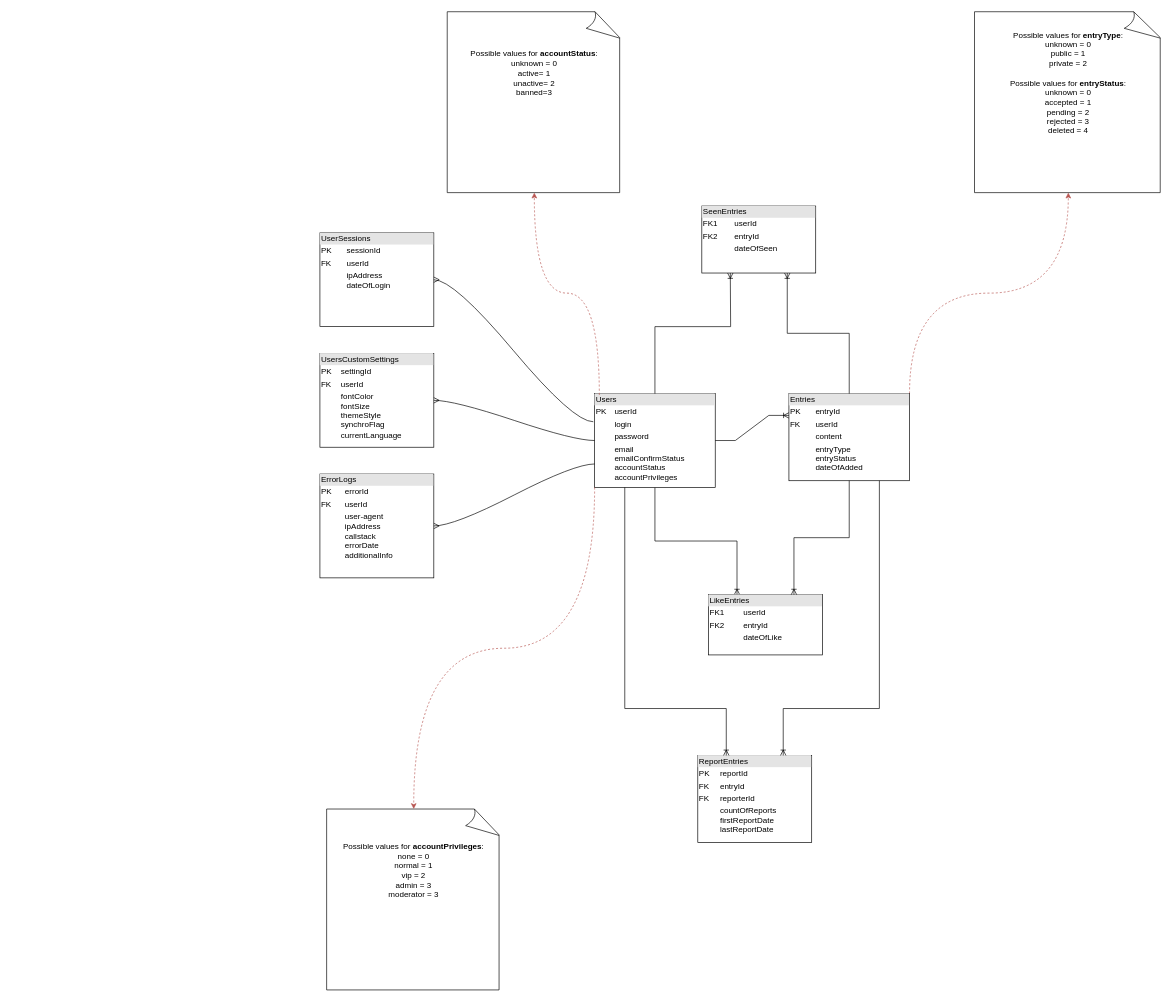
The draw.io diagram Gratitude_database_schema.drawio in MarekD97/gratitude-flutter-app, before the edit. Source tidied: cells renumbered, new cells numbered last; positions are measured from the earlier drawing's top-left corner, leaving out a move shared by most shapes. Both pictures are drawn from the tidied source at 67%, with x=0, y=0 at pixel (320, 11).
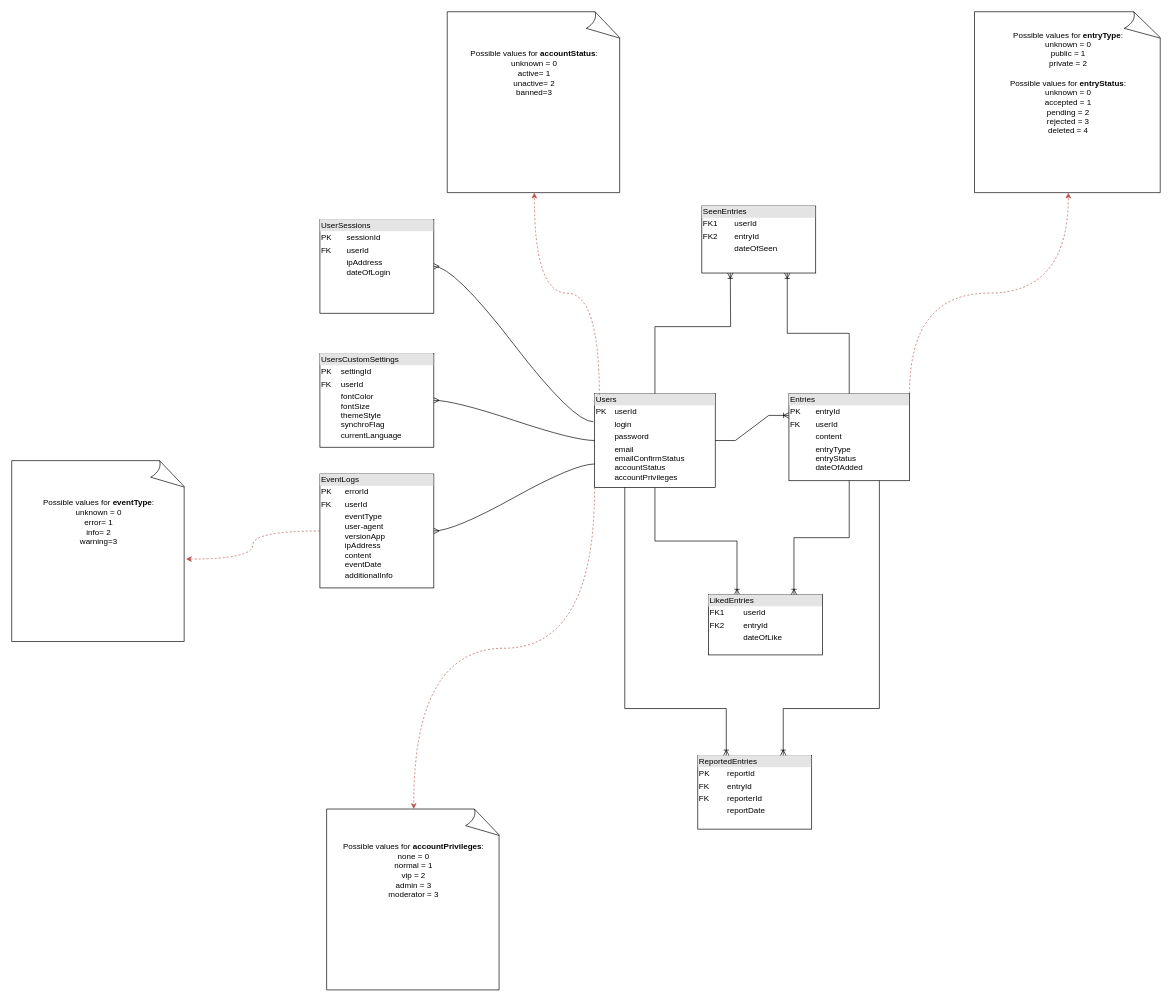
The same diagram, later.

Commit message (it also covers changes not shown here):
update database schema

The edit, as a diff of the source:
```diff
@@
-    <mxCell id="6" value="&lt;div style=&quot;box-sizing: border-box ; width: 100% ; background: #e4e4e4 ; padding: 2px&quot;&gt;LikeEntries&lt;br&gt;&lt;/div&gt;&lt;table style=&quot;width: 100% ; font-size: 1em&quot; cellspacing=&quot;0&quot; cellpadding=&quot;2&quot;&gt;&lt;tbody&gt;&lt;tr&gt;&lt;td&gt;FK1&lt;/td&gt;&lt;td&gt;userId&lt;/td&gt;&lt;/tr&gt;&lt;tr&gt;&lt;td&gt;FK2&lt;/td&gt;&lt;td&gt;entryId&lt;/td&gt;&lt;/tr&gt;&lt;tr&gt;&lt;td&gt;&lt;br&gt;&lt;/td&gt;&lt;td&gt;dateOfLike&lt;/td&gt;&lt;/tr&gt;&lt;/tbody&gt;&lt;/table&gt;" style="verticalAlign=top;align=left;overflow=fill;html=1;" parent="1" vertex="1">
+    <mxCell id="6" value="&lt;div style=&quot;box-sizing: border-box ; width: 100% ; background: #e4e4e4 ; padding: 2px&quot;&gt;LikedEntries&lt;br&gt;&lt;/div&gt;&lt;table style=&quot;width: 100% ; font-size: 1em&quot; cellspacing=&quot;0&quot; cellpadding=&quot;2&quot;&gt;&lt;tbody&gt;&lt;tr&gt;&lt;td&gt;FK1&lt;/td&gt;&lt;td&gt;userId&lt;/td&gt;&lt;/tr&gt;&lt;tr&gt;&lt;td&gt;FK2&lt;/td&gt;&lt;td&gt;entryId&lt;/td&gt;&lt;/tr&gt;&lt;tr&gt;&lt;td&gt;&lt;br&gt;&lt;/td&gt;&lt;td&gt;dateOfLike&lt;/td&gt;&lt;/tr&gt;&lt;/tbody&gt;&lt;/table&gt;" style="verticalAlign=top;align=left;overflow=fill;html=1;" parent="1" vertex="1">
       <mxGeometry x="580" y="870" width="170" height="90" as="geometry" />
     </mxCell>
@@
-    <mxCell id="17" value="&lt;div style=&quot;box-sizing: border-box ; width: 100% ; background: #e4e4e4 ; padding: 2px&quot;&gt;ErrorLogs&lt;br&gt;&lt;/div&gt;&lt;table style=&quot;width: 100% ; font-size: 1em&quot; cellspacing=&quot;0&quot; cellpadding=&quot;2&quot;&gt;&lt;tbody&gt;&lt;tr&gt;&lt;td&gt;PK&lt;/td&gt;&lt;td&gt;errorId&lt;/td&gt;&lt;/tr&gt;&lt;tr&gt;&lt;td&gt;FK&lt;/td&gt;&lt;td&gt;userId&lt;/td&gt;&lt;/tr&gt;&lt;tr&gt;&lt;td&gt;&lt;br&gt;&lt;/td&gt;&lt;td&gt;user-agent&lt;br&gt;ipAddress&lt;br&gt;callstack&lt;br&gt;errorDate&lt;br&gt;additionalInfo&lt;br&gt;&lt;/td&gt;&lt;/tr&gt;&lt;/tbody&gt;&lt;/table&gt;" style="verticalAlign=top;align=left;overflow=fill;html=1;" parent="1" vertex="1">
-      <mxGeometry y="690" width="170" height="155" as="geometry" />
+    <mxCell id="17" value="&lt;div style=&quot;box-sizing: border-box ; width: 100% ; background: #e4e4e4 ; padding: 2px&quot;&gt;EventLogs&lt;br&gt;&lt;/div&gt;&lt;table style=&quot;width: 100% ; font-size: 1em&quot; cellspacing=&quot;0&quot; cellpadding=&quot;2&quot;&gt;&lt;tbody&gt;&lt;tr&gt;&lt;td&gt;PK&lt;/td&gt;&lt;td&gt;errorId&lt;/td&gt;&lt;/tr&gt;&lt;tr&gt;&lt;td&gt;FK&lt;/td&gt;&lt;td&gt;userId&lt;/td&gt;&lt;/tr&gt;&lt;tr&gt;&lt;td&gt;&lt;br&gt;&lt;/td&gt;&lt;td&gt;eventType&lt;br&gt;user-agent&lt;br&gt;versionApp&lt;br&gt;ipAddress&lt;br&gt;content&lt;br&gt;eventDate&lt;br&gt;additionalInfo&lt;br&gt;&lt;/td&gt;&lt;/tr&gt;&lt;/tbody&gt;&lt;/table&gt;" style="verticalAlign=top;align=left;overflow=fill;html=1;" parent="1" vertex="1">
+      <mxGeometry y="690" width="170" height="170" as="geometry" />
     </mxCell>
@@
     <mxCell id="21" value="&lt;div style=&quot;box-sizing: border-box ; width: 100% ; background: #e4e4e4 ; padding: 2px&quot;&gt;UserSessions&lt;br&gt;&lt;/div&gt;&lt;table style=&quot;width: 100% ; font-size: 1em&quot; cellspacing=&quot;0&quot; cellpadding=&quot;2&quot;&gt;&lt;tbody&gt;&lt;tr&gt;&lt;td&gt;PK&lt;/td&gt;&lt;td&gt;sessionId&lt;/td&gt;&lt;/tr&gt;&lt;tr&gt;&lt;td&gt;FK&lt;/td&gt;&lt;td&gt;userId&lt;/td&gt;&lt;/tr&gt;&lt;tr&gt;&lt;td&gt;&lt;br&gt;&lt;br&gt;&lt;/td&gt;&lt;td&gt;ipAddress&lt;br&gt;dateOfLogin&lt;br&gt;&lt;br&gt;&lt;br&gt;&lt;br&gt;&lt;br&gt;&lt;/td&gt;&lt;/tr&gt;&lt;/tbody&gt;&lt;/table&gt;" style="verticalAlign=top;align=left;overflow=fill;html=1;" parent="1" vertex="1">
-      <mxGeometry y="330" width="170" height="140" as="geometry" />
+      <mxGeometry y="310" width="170" height="140" as="geometry" />
     </mxCell>
@@
-    <mxCell id="23" value="&lt;div style=&quot;box-sizing: border-box ; width: 100% ; background: #e4e4e4 ; padding: 2px&quot;&gt;ReportEntries&lt;br&gt;&lt;/div&gt;&lt;table style=&quot;width: 100% ; font-size: 1em&quot; cellspacing=&quot;0&quot; cellpadding=&quot;2&quot;&gt;&lt;tbody&gt;&lt;tr&gt;&lt;td&gt;PK&lt;/td&gt;&lt;td&gt;reportId&lt;/td&gt;&lt;/tr&gt;&lt;tr&gt;&lt;td&gt;FK&lt;/td&gt;&lt;td&gt;entryId&lt;/td&gt;&lt;/tr&gt;&lt;tr&gt;&lt;td&gt;FK&lt;br&gt;&lt;/td&gt;&lt;td&gt;reporterId&lt;br&gt;&lt;/td&gt;&lt;/tr&gt;&lt;tr&gt;&lt;td&gt;&lt;br&gt;&lt;/td&gt;&lt;td&gt;countOfReports&lt;br&gt;firstReportDate&lt;br&gt;lastReportDate&lt;br&gt;&lt;/td&gt;&lt;/tr&gt;&lt;tr&gt;&lt;td&gt;&lt;br&gt;&lt;/td&gt;&lt;td&gt;&lt;br&gt;&lt;/td&gt;&lt;/tr&gt;&lt;/tbody&gt;&lt;/table&gt;" style="verticalAlign=top;align=left;overflow=fill;html=1;" parent="1" vertex="1">
-      <mxGeometry x="564" y="1110" width="170" height="130" as="geometry" />
+    <mxCell id="23" value="&lt;div style=&quot;box-sizing: border-box ; width: 100% ; background: #e4e4e4 ; padding: 2px&quot;&gt;ReportedEntries&lt;br&gt;&lt;/div&gt;&lt;table style=&quot;width: 100% ; font-size: 1em&quot; cellspacing=&quot;0&quot; cellpadding=&quot;2&quot;&gt;&lt;tbody&gt;&lt;tr&gt;&lt;td&gt;PK&lt;/td&gt;&lt;td&gt;reportId&lt;/td&gt;&lt;/tr&gt;&lt;tr&gt;&lt;td&gt;FK&lt;/td&gt;&lt;td&gt;entryId&lt;/td&gt;&lt;/tr&gt;&lt;tr&gt;&lt;td&gt;FK&lt;br&gt;&lt;/td&gt;&lt;td&gt;reporterId&lt;br&gt;&lt;/td&gt;&lt;/tr&gt;&lt;tr&gt;&lt;td&gt;&lt;br&gt;&lt;/td&gt;&lt;td&gt;reportDate&lt;br&gt;&lt;/td&gt;&lt;/tr&gt;&lt;tr&gt;&lt;td&gt;&lt;br&gt;&lt;/td&gt;&lt;td&gt;&lt;br&gt;&lt;/td&gt;&lt;/tr&gt;&lt;/tbody&gt;&lt;/table&gt;" style="verticalAlign=top;align=left;overflow=fill;html=1;" parent="1" vertex="1">
+      <mxGeometry x="564" y="1110" width="170" height="110" as="geometry" />
     </mxCell>
@@
+    <mxCell id="26" value="&lt;div&gt;Possible values for &lt;b&gt;eventType&lt;/b&gt;:&lt;/div&gt;&lt;div&gt;unknown = 0&lt;br&gt;&lt;/div&gt;&lt;div&gt;error= 1&lt;br&gt;&lt;/div&gt;&lt;div&gt;info= 2&lt;/div&gt;&lt;div&gt;warning=3&lt;br&gt;&lt;/div&gt;&lt;div&gt;&lt;br&gt;&lt;/div&gt;&lt;br&gt;&lt;div&gt;&lt;br&gt;&lt;/div&gt;&lt;div&gt;&lt;br&gt;&lt;/div&gt;&lt;div&gt;&lt;br&gt;&lt;/div&gt;&lt;div&gt;&lt;br&gt;&lt;/div&gt;" style="whiteSpace=wrap;html=1;shape=mxgraph.basic.document;" parent="1" vertex="1">
+      <mxGeometry x="-460" y="670" width="260" height="270" as="geometry" />
+    </mxCell>
+    <mxCell id="27" style="edgeStyle=orthogonalEdgeStyle;rounded=0;jettySize=auto;html=1;exitX=0;exitY=0.5;exitDx=0;exitDy=0;entryX=1;entryY=0.544;entryDx=0;entryDy=0;entryPerimeter=0;curved=1;dashed=1;fillColor=#f8cecc;strokeColor=#b85450;" parent="1" edge="1" source="17" target="26">
+      <mxGeometry relative="1" as="geometry" />
+    </mxCell>
```
